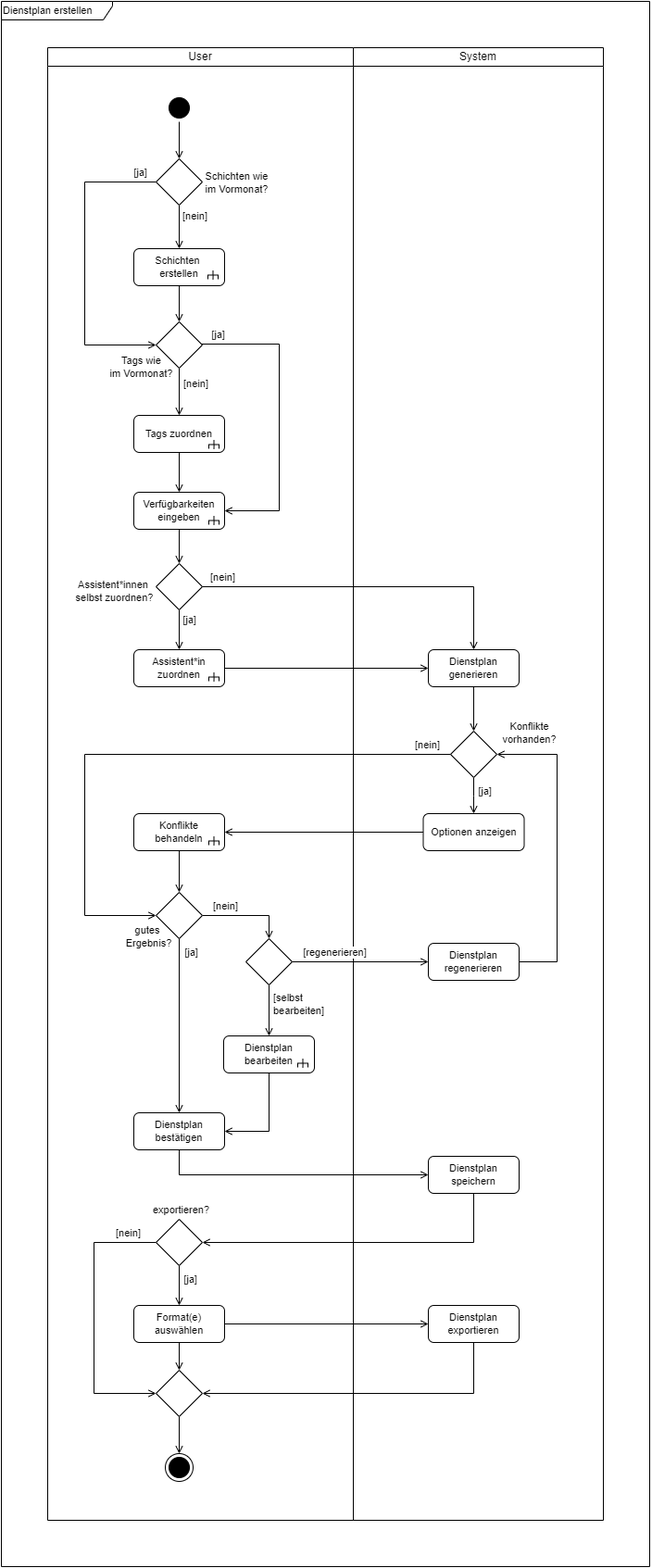
This is 4_Entwurf/4_UML/4_UML_Aktivitätsdiagramme/png/ad_DienstplanErstellen.png from annikalenneper/praxisprojekt_mi_bachelor_SoSe24, a draw.io export, as it was before one commit. Source tidied: cells renumbered, new cells last; positions are measured from the earlier drawing's top-left corner, leaving out a move shared by most shapes.
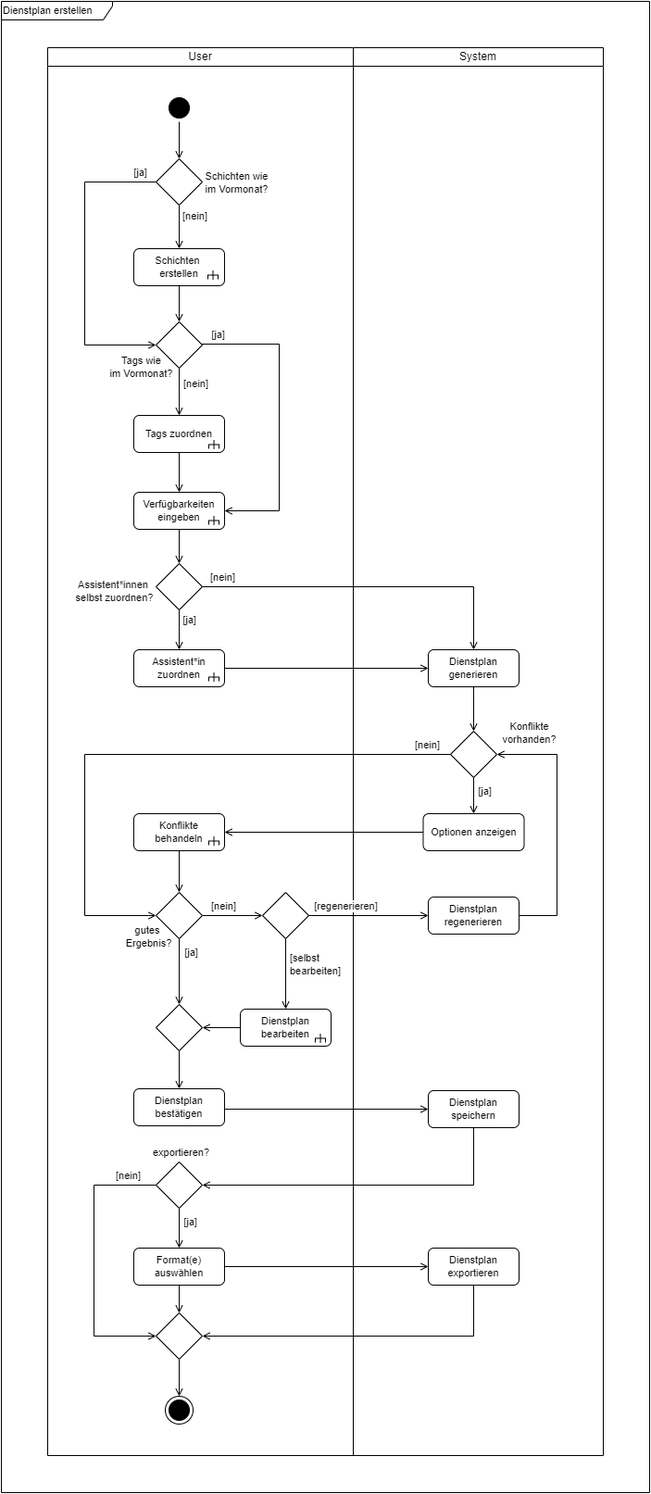
After the commit.

Commit message:
optical changes in ad "create work schedule"

The edit, as a diff of the source:
```diff
@@ -3,7 +3,7 @@
     <mxCell id="0" />
     <mxCell id="1" parent="0" />
     <mxCell id="2" value="&lt;span style=&quot;font-weight: normal;&quot;&gt;User&lt;/span&gt;" style="swimlane;startSize=20;whiteSpace=wrap;html=1;" parent="1" vertex="1">
-      <mxGeometry x="50" y="50" width="330" height="1590" as="geometry" />
+      <mxGeometry x="50" y="50" width="330" height="1520" as="geometry" />
     </mxCell>
     <mxCell id="3" value="gutes&amp;nbsp;&lt;div&gt;Ergebnis?&lt;/div&gt;" style="text;html=1;align=center;verticalAlign=middle;strokeColor=none;fillColor=none;fontFamily=Helvetica;fontSize=11;fontColor=default;labelBackgroundColor=default;" parent="2" vertex="1">
       <mxGeometry x="74" y="940" width="70" height="40" as="geometry" />
@@ -75,12 +75,9 @@
     <mxCell id="22" value="Konflikte behandeln" style="rounded=1;whiteSpace=wrap;html=1;fontFamily=Helvetica;fontSize=11;fontColor=default;labelBackgroundColor=default;" parent="2" vertex="1">
       <mxGeometry x="93" y="827" width="98" height="40" as="geometry" />
     </mxCell>
-    <mxCell id="23" style="edgeStyle=orthogonalEdgeStyle;rounded=0;jettySize=auto;html=1;entryX=0.5;entryY=0;entryDx=0;entryDy=0;strokeColor=default;align=center;verticalAlign=middle;fontFamily=Helvetica;fontSize=11;fontColor=default;labelBackgroundColor=default;endArrow=open;endFill=0;" parent="2" edge="1" source="25" target="50">
+    <mxCell id="23" style="edgeStyle=orthogonalEdgeStyle;rounded=0;jettySize=auto;html=1;entryX=0;entryY=0.5;entryDx=0;entryDy=0;strokeColor=default;align=center;verticalAlign=middle;fontFamily=Helvetica;fontSize=11;fontColor=default;labelBackgroundColor=default;endArrow=open;endFill=0;" parent="2" edge="1" source="25" target="50">
       <mxGeometry relative="1" as="geometry" />
     </mxCell>
-    <mxCell id="24" style="edgeStyle=orthogonalEdgeStyle;rounded=0;jettySize=auto;html=1;strokeColor=default;align=center;verticalAlign=middle;fontFamily=Helvetica;fontSize=11;fontColor=default;labelBackgroundColor=default;endArrow=open;endFill=0;" parent="2" edge="1" source="25" target="36">
-      <mxGeometry relative="1" as="geometry" />
-    </mxCell>
     <mxCell id="25" style="rhombus;whiteSpace=wrap;html=1;fontFamily=Helvetica;fontSize=11;fontColor=default;labelBackgroundColor=default;" parent="2" vertex="1">
       <mxGeometry x="117" y="912" width="50" height="50" as="geometry" />
     </mxCell>
@@ -115,7 +112,7 @@
       <mxGeometry x="93" y="650" width="98" height="40" as="geometry" />
     </mxCell>
     <mxCell id="36" value="Dienstplan bestätigen" style="rounded=1;whiteSpace=wrap;html=1;fontFamily=Helvetica;fontSize=11;fontColor=default;labelBackgroundColor=default;" parent="2" vertex="1">
-      <mxGeometry x="93" y="1150" width="98" height="40" as="geometry" />
+      <mxGeometry x="93" y="1124" width="98" height="40" as="geometry" />
     </mxCell>
     <mxCell id="37" style="strokeWidth=1;html=1;shape=mxgraph.flowchart.annotation_2;align=left;labelPosition=right;rotation=90;fontFamily=Helvetica;fontSize=11;fontColor=default;labelBackgroundColor=default;" parent="2" vertex="1">
       <mxGeometry x="175" y="851" width="9" height="11" as="geometry" />
@@ -142,7 +139,7 @@
       <mxGeometry x="135" y="962" width="40" height="30" as="geometry" />
     </mxCell>
     <mxCell id="45" value="[nein]" style="text;html=1;align=center;verticalAlign=middle;strokeColor=none;fillColor=none;fontFamily=Helvetica;fontSize=11;fontColor=default;labelBackgroundColor=default;" parent="2" vertex="1">
-      <mxGeometry x="167" y="912" width="50" height="30" as="geometry" />
+      <mxGeometry x="165" y="912" width="50" height="30" as="geometry" />
     </mxCell>
     <mxCell id="46" style="edgeStyle=orthogonalEdgeStyle;rounded=0;jettySize=auto;html=1;entryX=0.5;entryY=0;entryDx=0;entryDy=0;strokeColor=default;align=center;verticalAlign=middle;fontFamily=Helvetica;fontSize=11;fontColor=default;labelBackgroundColor=default;endArrow=open;endFill=0;" parent="2" edge="1" source="48" target="57">
       <mxGeometry relative="1" as="geometry" />
@@ -150,61 +147,58 @@
     <mxCell id="47" style="edgeStyle=orthogonalEdgeStyle;rounded=0;jettySize=auto;html=1;entryX=0;entryY=0.5;entryDx=0;entryDy=0;strokeColor=default;align=center;verticalAlign=middle;fontFamily=Helvetica;fontSize=11;fontColor=default;labelBackgroundColor=default;endArrow=open;endFill=0;" parent="2" edge="1" source="48" target="59">
       <mxGeometry relative="1" as="geometry">
         <Array as="points">
-          <mxPoint x="50" y="1290" />
-          <mxPoint x="50" y="1453" />
+          <mxPoint x="50" y="1228" />
+          <mxPoint x="50" y="1391" />
         </Array>
       </mxGeometry>
     </mxCell>
     <mxCell id="48" style="rhombus;whiteSpace=wrap;html=1;fontFamily=Helvetica;fontSize=11;fontColor=default;labelBackgroundColor=default;" parent="2" vertex="1">
-      <mxGeometry x="117" y="1265" width="50" height="50" as="geometry" />
+      <mxGeometry x="117" y="1203" width="50" height="50" as="geometry" />
     </mxCell>
     <mxCell id="49" style="edgeStyle=orthogonalEdgeStyle;rounded=0;jettySize=auto;html=1;entryX=0.5;entryY=0;entryDx=0;entryDy=0;strokeColor=default;align=center;verticalAlign=middle;fontFamily=Helvetica;fontSize=11;fontColor=default;labelBackgroundColor=default;endArrow=open;endFill=0;" parent="2" edge="1" source="50" target="52">
       <mxGeometry relative="1" as="geometry" />
     </mxCell>
     <mxCell id="50" style="rhombus;whiteSpace=wrap;html=1;fontFamily=Helvetica;fontSize=11;fontColor=default;labelBackgroundColor=default;" parent="2" vertex="1">
-      <mxGeometry x="214" y="962" width="50" height="50" as="geometry" />
+      <mxGeometry x="232" y="912" width="50" height="50" as="geometry" />
     </mxCell>
-    <mxCell id="51" style="edgeStyle=orthogonalEdgeStyle;rounded=0;jettySize=auto;html=1;entryX=1;entryY=0.5;entryDx=0;entryDy=0;strokeColor=default;align=center;verticalAlign=middle;fontFamily=Helvetica;fontSize=11;fontColor=default;labelBackgroundColor=default;endArrow=open;endFill=0;" parent="2" edge="1" source="52" target="36">
-      <mxGeometry relative="1" as="geometry" />
-    </mxCell>
     <mxCell id="52" value="Dienstplan bearbeiten" style="rounded=1;whiteSpace=wrap;html=1;fontFamily=Helvetica;fontSize=11;fontColor=default;labelBackgroundColor=default;" parent="2" vertex="1">
-      <mxGeometry x="190" y="1067" width="98" height="40" as="geometry" />
+      <mxGeometry x="208" y="1038" width="98" height="40" as="geometry" />
     </mxCell>
     <mxCell id="53" style="strokeWidth=1;html=1;shape=mxgraph.flowchart.annotation_2;align=left;labelPosition=right;rotation=90;fontFamily=Helvetica;fontSize=11;fontColor=default;labelBackgroundColor=default;" parent="2" vertex="1">
-      <mxGeometry x="271" y="1091" width="9" height="11" as="geometry" />
+      <mxGeometry x="290" y="1064" width="9" height="11" as="geometry" />
     </mxCell>
     <mxCell id="54" style="endArrow=none;html=1;rounded=0;entryX=0.519;entryY=0.49;entryDx=0;entryDy=0;entryPerimeter=0;exitX=1;exitY=0.5;exitDx=0;exitDy=0;exitPerimeter=0;strokeWidth=1;strokeColor=default;align=center;verticalAlign=middle;fontFamily=Helvetica;fontSize=11;fontColor=default;labelBackgroundColor=default;edgeStyle=orthogonalEdgeStyle;" parent="2" edge="1" source="53" target="53">
       <mxGeometry relative="1" as="geometry" />
     </mxCell>
     <mxCell id="55" value="[selbst&amp;nbsp;&lt;div&gt;bearbeiten]&lt;/div&gt;" style="text;html=1;align=left;verticalAlign=middle;strokeColor=none;fillColor=none;fontFamily=Helvetica;fontSize=11;fontColor=default;labelBackgroundColor=default;" parent="2" vertex="1">
-      <mxGeometry x="241.5" y="1013" width="80" height="40" as="geometry" />
+      <mxGeometry x="259.5" y="970" width="80" height="40" as="geometry" />
     </mxCell>
     <mxCell id="56" style="edgeStyle=orthogonalEdgeStyle;rounded=0;jettySize=auto;html=1;strokeColor=default;align=center;verticalAlign=middle;fontFamily=Helvetica;fontSize=11;fontColor=default;labelBackgroundColor=default;endArrow=open;endFill=0;" parent="2" edge="1" source="57" target="59">
       <mxGeometry relative="1" as="geometry" />
     </mxCell>
     <mxCell id="57" value="Format(e) auswählen" style="rounded=1;whiteSpace=wrap;html=1;fontFamily=Helvetica;fontSize=11;fontColor=default;labelBackgroundColor=default;" parent="2" vertex="1">
-      <mxGeometry x="93" y="1358" width="98" height="40" as="geometry" />
+      <mxGeometry x="93" y="1296" width="98" height="40" as="geometry" />
     </mxCell>
     <mxCell id="58" style="edgeStyle=orthogonalEdgeStyle;rounded=0;jettySize=auto;html=1;entryX=0.5;entryY=0;entryDx=0;entryDy=0;strokeColor=default;align=center;verticalAlign=middle;fontFamily=Helvetica;fontSize=11;fontColor=default;labelBackgroundColor=default;endArrow=open;endFill=0;" parent="2" edge="1" source="59" target="60">
       <mxGeometry relative="1" as="geometry" />
     </mxCell>
     <mxCell id="59" style="rhombus;whiteSpace=wrap;html=1;fontFamily=Helvetica;fontSize=11;fontColor=default;labelBackgroundColor=default;" parent="2" vertex="1">
-      <mxGeometry x="117" y="1428" width="50" height="50" as="geometry" />
+      <mxGeometry x="117" y="1366" width="50" height="50" as="geometry" />
     </mxCell>
     <mxCell id="60" style="ellipse;html=1;shape=endState;fillColor=#000000;strokeColor=#000000;fontFamily=Helvetica;fontSize=11;fontColor=default;labelBackgroundColor=default;" parent="2" vertex="1">
-      <mxGeometry x="127" y="1518" width="30" height="30" as="geometry" />
+      <mxGeometry x="127" y="1456" width="30" height="30" as="geometry" />
     </mxCell>
     <mxCell id="61" value="exportieren?" style="text;html=1;align=center;verticalAlign=middle;strokeColor=none;fillColor=none;fontFamily=Helvetica;fontSize=11;fontColor=default;labelBackgroundColor=default;" parent="2" vertex="1">
-      <mxGeometry x="104" y="1240" width="80" height="30" as="geometry" />
+      <mxGeometry x="104" y="1178" width="80" height="30" as="geometry" />
     </mxCell>
     <mxCell id="62" value="[ja]" style="text;html=1;align=center;verticalAlign=middle;strokeColor=none;fillColor=none;fontFamily=Helvetica;fontSize=11;fontColor=default;labelBackgroundColor=default;" parent="2" vertex="1">
-      <mxGeometry x="134" y="1315" width="40" height="30" as="geometry" />
+      <mxGeometry x="134" y="1253" width="40" height="30" as="geometry" />
     </mxCell>
     <mxCell id="63" value="[nein]" style="text;html=1;align=center;verticalAlign=middle;strokeColor=none;fillColor=none;fontFamily=Helvetica;fontSize=11;fontColor=default;labelBackgroundColor=default;" parent="2" vertex="1">
-      <mxGeometry x="62" y="1265" width="50" height="30" as="geometry" />
+      <mxGeometry x="62" y="1203" width="50" height="30" as="geometry" />
     </mxCell>
     <mxCell id="64" value="&lt;span style=&quot;font-weight: normal;&quot;&gt;System&lt;/span&gt;" style="swimlane;startSize=20;whiteSpace=wrap;html=1;" parent="1" vertex="1">
-      <mxGeometry x="380" y="50" width="270" height="1590" as="geometry" />
+      <mxGeometry x="380" y="50" width="270" height="1520" as="geometry" />
     </mxCell>
     <mxCell id="65" style="edgeStyle=orthogonalEdgeStyle;rounded=0;jettySize=auto;html=1;entryX=0.5;entryY=0;entryDx=0;entryDy=0;strokeColor=default;align=center;verticalAlign=middle;fontFamily=Helvetica;fontSize=11;fontColor=default;labelBackgroundColor=default;endArrow=open;endFill=0;" parent="64" edge="1" source="66" target="68">
       <mxGeometry relative="1" as="geometry" />
@@ -221,13 +215,13 @@
     <mxCell id="69" style="edgeStyle=orthogonalEdgeStyle;rounded=0;jettySize=auto;html=1;entryX=1;entryY=0.5;entryDx=0;entryDy=0;strokeColor=default;align=center;verticalAlign=middle;fontFamily=Helvetica;fontSize=11;fontColor=default;labelBackgroundColor=default;endArrow=open;endFill=0;exitX=1;exitY=0.5;exitDx=0;exitDy=0;" parent="64" edge="1" source="70" target="68">
       <mxGeometry relative="1" as="geometry">
         <Array as="points">
-          <mxPoint x="220" y="987" />
+          <mxPoint x="220" y="937" />
           <mxPoint x="220" y="763" />
         </Array>
       </mxGeometry>
     </mxCell>
     <mxCell id="70" value="Dienstplan regenerieren" style="rounded=1;whiteSpace=wrap;html=1;fontFamily=Helvetica;fontSize=11;fontColor=default;labelBackgroundColor=default;" parent="64" vertex="1">
-      <mxGeometry x="81" y="967" width="98" height="40" as="geometry" />
+      <mxGeometry x="81" y="917" width="98" height="40" as="geometry" />
     </mxCell>
     <mxCell id="71" value="Konflikte&lt;div&gt;vorhanden?&lt;/div&gt;" style="text;html=1;align=center;verticalAlign=middle;strokeColor=none;fillColor=none;fontFamily=Helvetica;fontSize=11;fontColor=default;labelBackgroundColor=default;" parent="64" vertex="1">
       <mxGeometry x="150" y="720" width="80" height="40" as="geometry" />
@@ -236,7 +230,7 @@
       <mxGeometry x="122" y="788" width="40" height="30" as="geometry" />
     </mxCell>
     <mxCell id="73" value="Dienstplan speichern" style="rounded=1;whiteSpace=wrap;html=1;fontFamily=Helvetica;fontSize=11;fontColor=default;labelBackgroundColor=default;" parent="64" vertex="1">
-      <mxGeometry x="81" y="1197" width="98" height="40" as="geometry" />
+      <mxGeometry x="81" y="1126" width="98" height="40" as="geometry" />
     </mxCell>
     <mxCell id="74" value="Optionen anzeigen" style="rounded=1;whiteSpace=wrap;html=1;fontFamily=Helvetica;fontSize=11;fontColor=default;labelBackgroundColor=default;" parent="64" vertex="1">
       <mxGeometry x="75.5" y="827" width="109" height="40" as="geometry" />
@@ -244,11 +238,8 @@
     <mxCell id="75" value="[nein]" style="text;html=1;align=center;verticalAlign=middle;strokeColor=none;fillColor=none;fontFamily=Helvetica;fontSize=11;fontColor=default;labelBackgroundColor=default;" parent="64" vertex="1">
       <mxGeometry x="55" y="738" width="50" height="30" as="geometry" />
     </mxCell>
-    <mxCell id="76" value="[regenerieren]" style="text;html=1;align=center;verticalAlign=middle;strokeColor=none;fillColor=none;fontFamily=Helvetica;fontSize=11;fontColor=default;labelBackgroundColor=default;" parent="64" vertex="1">
-      <mxGeometry x="-65" y="962" width="90" height="30" as="geometry" />
-    </mxCell>
     <mxCell id="77" value="Dienstplan exportieren" style="rounded=1;whiteSpace=wrap;html=1;fontFamily=Helvetica;fontSize=11;fontColor=default;labelBackgroundColor=default;" parent="64" vertex="1">
-      <mxGeometry x="81" y="1358" width="98" height="40" as="geometry" />
+      <mxGeometry x="81" y="1296" width="98" height="40" as="geometry" />
     </mxCell>
     <mxCell id="78" style="edgeStyle=orthogonalEdgeStyle;rounded=0;jettySize=auto;html=1;strokeColor=default;align=center;verticalAlign=middle;fontFamily=Helvetica;fontSize=11;fontColor=default;labelBackgroundColor=default;endArrow=open;endFill=0;" parent="1" edge="1" source="17" target="66">
       <mxGeometry relative="1" as="geometry" />
@@ -265,7 +256,7 @@
     <mxCell id="82" style="edgeStyle=orthogonalEdgeStyle;rounded=0;jettySize=auto;html=1;entryX=1;entryY=0.5;entryDx=0;entryDy=0;strokeColor=default;align=center;verticalAlign=middle;fontFamily=Helvetica;fontSize=11;fontColor=default;labelBackgroundColor=default;endArrow=open;endFill=0;exitX=0.5;exitY=1;exitDx=0;exitDy=0;" parent="1" edge="1" source="73" target="48">
       <mxGeometry relative="1" as="geometry">
         <Array as="points">
-          <mxPoint x="510" y="1340" />
+          <mxPoint x="510" y="1278" />
         </Array>
       </mxGeometry>
     </mxCell>
@@ -283,10 +274,10 @@
         </Array>
       </mxGeometry>
     </mxCell>
-    <mxCell id="86" style="edgeStyle=orthogonalEdgeStyle;rounded=0;jettySize=auto;html=1;entryX=0;entryY=0.5;entryDx=0;entryDy=0;strokeColor=default;align=center;verticalAlign=middle;fontFamily=Helvetica;fontSize=11;fontColor=default;labelBackgroundColor=default;endArrow=open;endFill=0;exitX=0.5;exitY=1;exitDx=0;exitDy=0;" parent="1" edge="1" source="36" target="73">
+    <mxCell id="86" style="edgeStyle=orthogonalEdgeStyle;rounded=0;jettySize=auto;html=1;entryX=0;entryY=0.5;entryDx=0;entryDy=0;strokeColor=default;align=center;verticalAlign=middle;fontFamily=Helvetica;fontSize=11;fontColor=default;labelBackgroundColor=default;endArrow=open;endFill=0;exitX=1;exitY=0.5;exitDx=0;exitDy=0;" parent="1" edge="1" source="36" target="73">
       <mxGeometry relative="1" as="geometry">
         <Array as="points">
-          <mxPoint x="192" y="1267" />
+          <mxPoint x="241" y="1196" />
         </Array>
       </mxGeometry>
     </mxCell>
@@ -296,12 +287,27 @@
     <mxCell id="88" style="edgeStyle=orthogonalEdgeStyle;rounded=0;jettySize=auto;html=1;entryX=1;entryY=0.5;entryDx=0;entryDy=0;strokeColor=default;align=center;verticalAlign=middle;fontFamily=Helvetica;fontSize=11;fontColor=default;labelBackgroundColor=default;endArrow=open;endFill=0;" parent="1" edge="1" source="77" target="59">
       <mxGeometry relative="1" as="geometry">
         <Array as="points">
-          <mxPoint x="510" y="1503" />
+          <mxPoint x="510" y="1441" />
         </Array>
       </mxGeometry>
     </mxCell>
     <mxCell id="89" value="Dienstplan erstellen" style="shape=umlFrame;whiteSpace=wrap;html=1;fontFamily=Helvetica;fontSize=11;fontColor=default;labelBackgroundColor=default;width=120;height=20;align=left;" parent="1" vertex="1">
-      <mxGeometry width="700" height="1690" as="geometry" />
+      <mxGeometry width="700" height="1610" as="geometry" />
     </mxCell>
+    <mxCell id="76" value="[regenerieren]" style="text;html=1;align=center;verticalAlign=middle;strokeColor=none;fillColor=none;fontFamily=Helvetica;fontSize=11;fontColor=default;labelBackgroundColor=default;" parent="1" vertex="1">
+      <mxGeometry x="327" y="962" width="90" height="30" as="geometry" />
+    </mxCell>
+    <mxCell id="90" style="edgeStyle=orthogonalEdgeStyle;rounded=0;jettySize=auto;html=1;entryX=0.5;entryY=0;entryDx=0;entryDy=0;endArrow=open;endFill=0;" parent="1" edge="1" source="91" target="36">
+      <mxGeometry relative="1" as="geometry" />
+    </mxCell>
+    <mxCell id="91" style="rhombus;whiteSpace=wrap;html=1;" parent="1" vertex="1">
+      <mxGeometry x="167" y="1083" width="50" height="50" as="geometry" />
+    </mxCell>
+    <mxCell id="24" style="edgeStyle=orthogonalEdgeStyle;rounded=0;jettySize=auto;html=1;strokeColor=default;align=center;verticalAlign=middle;fontFamily=Helvetica;fontSize=11;fontColor=default;labelBackgroundColor=default;endArrow=open;endFill=0;entryX=0.5;entryY=0;entryDx=0;entryDy=0;" parent="1" edge="1" source="25" target="91">
+      <mxGeometry relative="1" as="geometry" />
+    </mxCell>
+    <mxCell id="92" style="edgeStyle=orthogonalEdgeStyle;rounded=0;jettySize=auto;html=1;entryX=1;entryY=0.5;entryDx=0;entryDy=0;endArrow=open;endFill=0;" parent="1" edge="1" source="52" target="91">
+      <mxGeometry relative="1" as="geometry" />
+    </mxCell>
   </root>
 </mxGraphModel>
```
